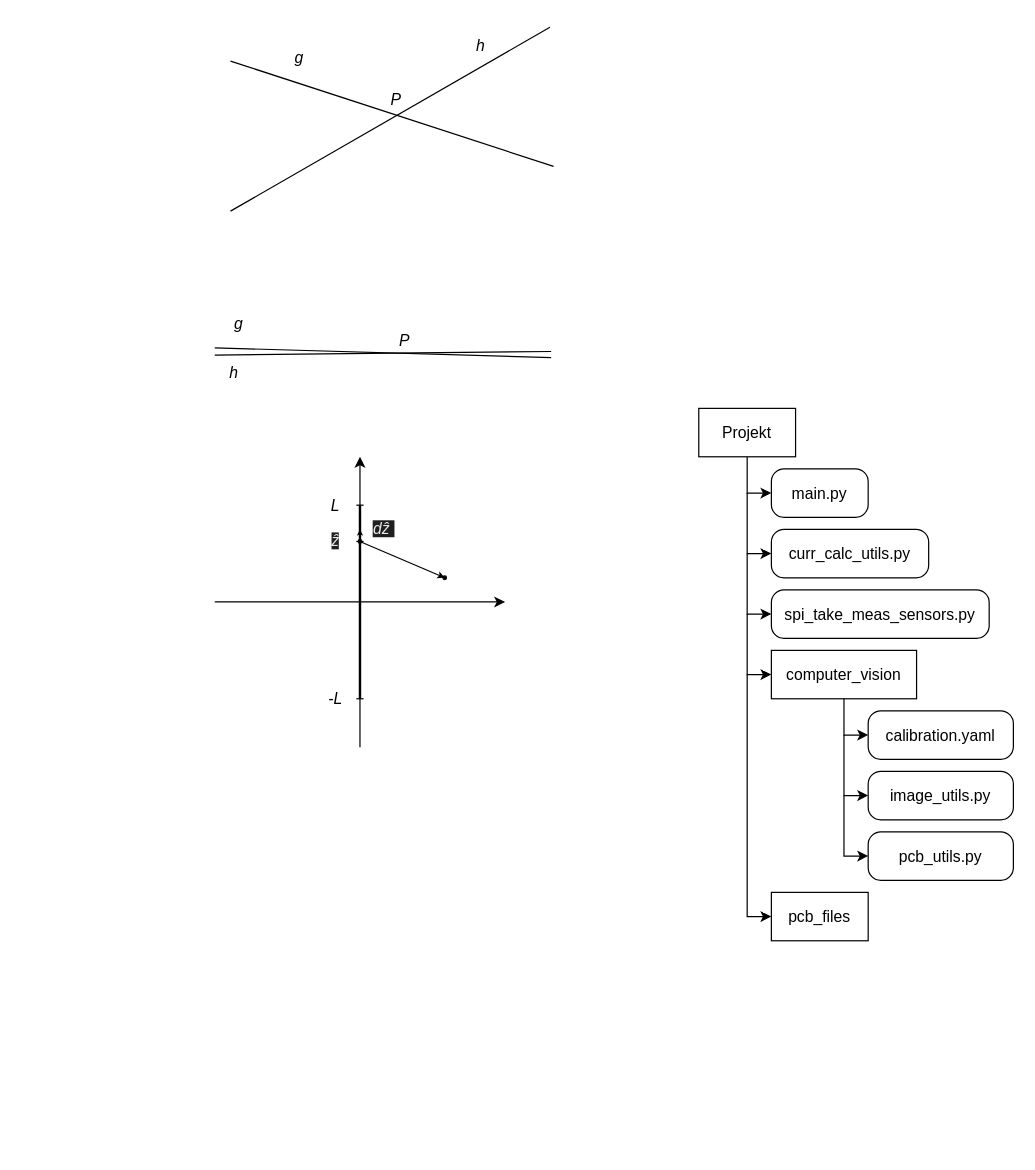
Earlier version of the draw.io diagram Masterarbeit.drawio (reinlten/TPA_Kolb). Source tidied: cells renumbered, new cells numbered last; positions are measured from the earlier drawing's top-left corner, leaving out a move shared by most shapes. Both pictures are drawn from the tidied source at 121%, with x=0, y=0 at pixel (185, 21).
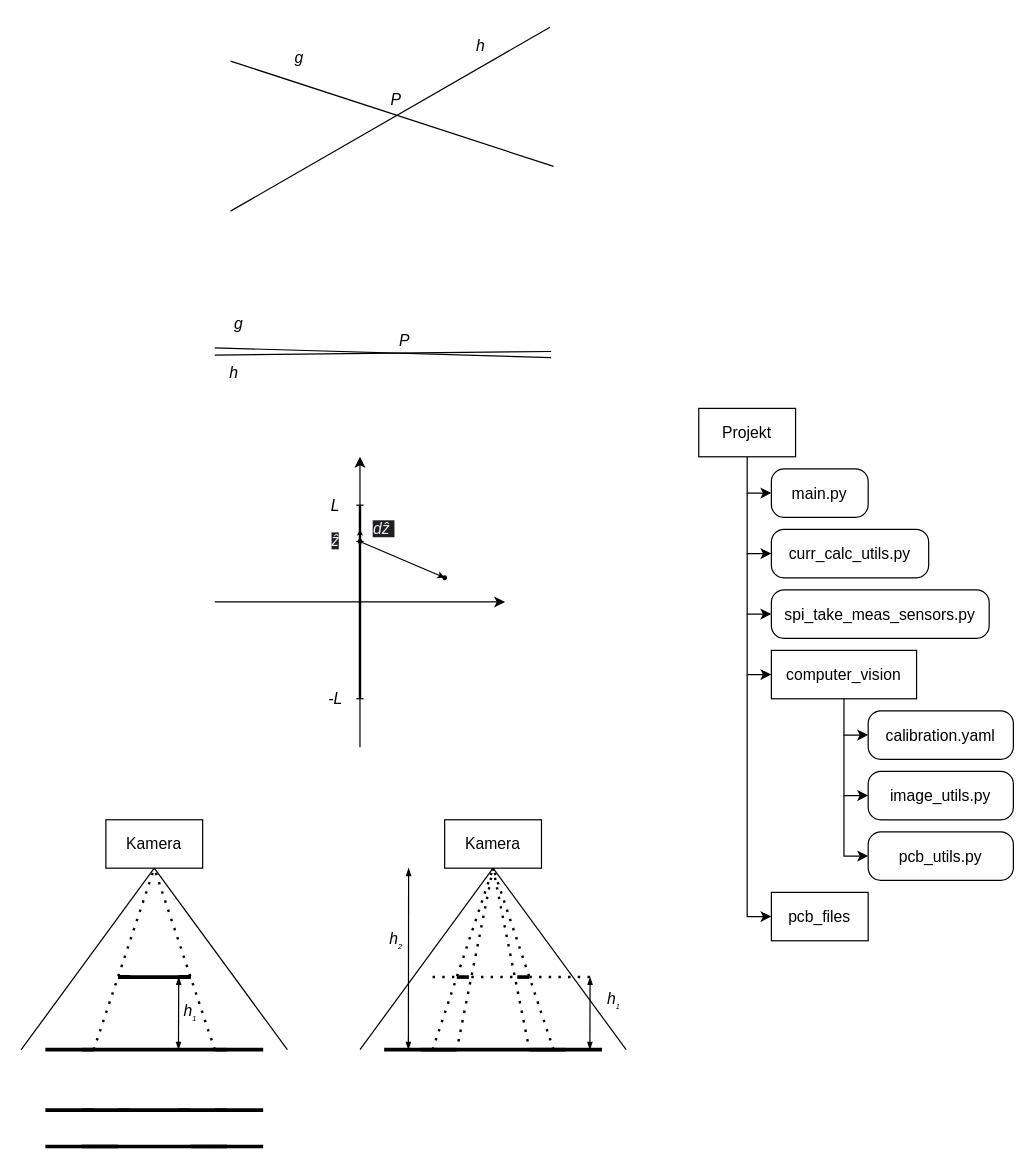
The same page after the edit.

Diff of the diagram source:
```diff
@@
+    <mxCell id="51" style="endArrow=none;html=1;rounded=0;strokeColor=light-dark(#000000,#000000);exitX=0.5;exitY=1;exitDx=0;exitDy=0;" parent="1" edge="1" source="53">
+      <mxGeometry relative="1" as="geometry">
+        <mxPoint x="-136" y="850" as="targetPoint" />
+      </mxGeometry>
+    </mxCell>
+    <mxCell id="52" style="rounded=0;whiteSpace=wrap;html=1;fillColor=light-dark(#FFFFFF,#FFFFFF);strokeColor=light-dark(#000000,#000000);" parent="1" vertex="1">
+      <mxGeometry x="-66" y="660" width="80" height="40" as="geometry" />
+    </mxCell>
+    <mxCell id="53" value="&lt;font face=&quot;Helvetica&quot; style=&quot;font-size: 13px;&quot;&gt;Kamera&lt;/font&gt;" style="text;html=1;align=center;verticalAlign=middle;whiteSpace=wrap;rounded=0;fontColor=light-dark(#000000,#000000);fontFamily=arial;" parent="1" vertex="1">
+      <mxGeometry x="-66" y="660" width="80" height="40" as="geometry" />
+    </mxCell>
+    <mxCell id="54" style="endArrow=none;html=1;rounded=0;entryX=0.5;entryY=1;entryDx=0;entryDy=0;strokeColor=light-dark(#000000,#000000);" parent="1" edge="1" target="53">
+      <mxGeometry relative="1" as="geometry">
+        <mxPoint x="84" y="850" as="sourcePoint" />
+      </mxGeometry>
+    </mxCell>
+    <mxCell id="55" style="endArrow=none;html=1;rounded=0;strokeColor=light-dark(#000000,#00CC00);strokeWidth=3;" parent="1" edge="1">
+      <mxGeometry relative="1" as="geometry">
+        <mxPoint x="-116" y="850" as="sourcePoint" />
+        <mxPoint x="64" y="850" as="targetPoint" />
+      </mxGeometry>
+    </mxCell>
+    <mxCell id="56" style="endArrow=none;html=1;rounded=0;strokeColor=light-dark(#000000,#00CC00);strokeWidth=3;" parent="1" edge="1">
+      <mxGeometry relative="1" as="geometry">
+        <mxPoint x="-56" y="790" as="sourcePoint" />
+        <mxPoint x="4" y="790" as="targetPoint" />
+      </mxGeometry>
+    </mxCell>
+    <mxCell id="57" style="endArrow=none;dashed=1;html=1;dashPattern=1 3;strokeWidth=2;rounded=0;strokeColor=light-dark(#000000,#000000);" parent="1" edge="1">
+      <mxGeometry relative="1" as="geometry">
+        <mxPoint x="-76" y="850" as="sourcePoint" />
+        <mxPoint x="-26" y="700" as="targetPoint" />
+      </mxGeometry>
+    </mxCell>
+    <mxCell id="58" style="endArrow=none;dashed=1;html=1;dashPattern=1 3;strokeWidth=2;rounded=0;strokeColor=light-dark(#000000,#000000);" parent="1" edge="1">
+      <mxGeometry relative="1" as="geometry">
+        <mxPoint x="24" y="850" as="sourcePoint" />
+        <mxPoint x="-26" y="700" as="targetPoint" />
+      </mxGeometry>
+    </mxCell>
+    <mxCell id="59" style="endArrow=none;html=1;rounded=0;strokeColor=light-dark(#000000,#FF0000);strokeWidth=3;" parent="1" edge="1">
+      <mxGeometry relative="1" as="geometry">
+        <mxPoint x="-56" y="790" as="sourcePoint" />
+        <mxPoint x="-46" y="790" as="targetPoint" />
+      </mxGeometry>
+    </mxCell>
+    <mxCell id="60" style="endArrow=none;html=1;rounded=0;strokeColor=light-dark(#000000,#FF0000);strokeWidth=3;" parent="1" edge="1">
+      <mxGeometry relative="1" as="geometry">
+        <mxPoint x="-6" y="790" as="sourcePoint" />
+        <mxPoint x="4" y="790" as="targetPoint" />
+      </mxGeometry>
+    </mxCell>
+    <mxCell id="61" style="endArrow=none;html=1;rounded=0;strokeColor=light-dark(#000000,#0000FF);strokeWidth=3;" parent="1" edge="1">
+      <mxGeometry relative="1" as="geometry">
+        <mxPoint x="-86" y="850" as="sourcePoint" />
+        <mxPoint x="-76" y="850" as="targetPoint" />
+      </mxGeometry>
+    </mxCell>
+    <mxCell id="62" style="endArrow=none;html=1;rounded=0;strokeColor=light-dark(#000000,#0000FF);strokeWidth=3;" parent="1" edge="1">
+      <mxGeometry relative="1" as="geometry">
+        <mxPoint x="24" y="850" as="sourcePoint" />
+        <mxPoint x="34" y="850" as="targetPoint" />
+        <Array as="points">
+          <mxPoint x="24" y="850" />
+        </Array>
+      </mxGeometry>
+    </mxCell>
+    <mxCell id="63" style="endArrow=none;html=1;rounded=0;strokeColor=light-dark(#000000,#00CC00);strokeWidth=3;" parent="1" edge="1">
+      <mxGeometry relative="1" as="geometry">
+        <mxPoint x="-116" y="930" as="sourcePoint" />
+        <mxPoint x="64" y="930" as="targetPoint" />
+      </mxGeometry>
+    </mxCell>
+    <mxCell id="64" style="endArrow=none;html=1;rounded=0;strokeColor=light-dark(#000000,#0000FF);strokeWidth=3;" parent="1" edge="1">
+      <mxGeometry relative="1" as="geometry">
+        <mxPoint x="-86" y="930" as="sourcePoint" />
+        <mxPoint x="-76" y="930" as="targetPoint" />
+      </mxGeometry>
+    </mxCell>
+    <mxCell id="65" style="endArrow=none;html=1;rounded=0;strokeColor=light-dark(#000000,#0000FF);strokeWidth=3;" parent="1" edge="1">
+      <mxGeometry relative="1" as="geometry">
+        <mxPoint x="24" y="930" as="sourcePoint" />
+        <mxPoint x="34" y="930" as="targetPoint" />
+      </mxGeometry>
+    </mxCell>
+    <mxCell id="66" style="endArrow=none;html=1;rounded=0;strokeColor=light-dark(#000000,#FF0000);strokeWidth=3;" parent="1" edge="1">
+      <mxGeometry relative="1" as="geometry">
+        <mxPoint x="-76" y="930" as="sourcePoint" />
+        <mxPoint x="-56" y="930" as="targetPoint" />
+      </mxGeometry>
+    </mxCell>
+    <mxCell id="67" style="endArrow=none;html=1;rounded=0;strokeColor=light-dark(#000000,#FF0000);strokeWidth=3;" parent="1" edge="1">
+      <mxGeometry relative="1" as="geometry">
+        <mxPoint x="-6" y="790" as="sourcePoint" />
+        <mxPoint x="4" y="790" as="targetPoint" />
+      </mxGeometry>
+    </mxCell>
+    <mxCell id="68" style="endArrow=none;html=1;rounded=0;strokeColor=light-dark(#000000,#FF0000);strokeWidth=3;" parent="1" edge="1">
+      <mxGeometry relative="1" as="geometry">
+        <mxPoint x="4" y="930" as="sourcePoint" />
+        <mxPoint x="24" y="930" as="targetPoint" />
+      </mxGeometry>
+    </mxCell>
+    <mxCell id="69" style="endArrow=none;html=1;rounded=0;strokeColor=light-dark(#000000,#00CC00);strokeWidth=3;" parent="1" edge="1">
+      <mxGeometry relative="1" as="geometry">
+        <mxPoint x="-116" y="900" as="sourcePoint" />
+        <mxPoint x="64" y="900" as="targetPoint" />
+      </mxGeometry>
+    </mxCell>
+    <mxCell id="70" style="endArrow=none;html=1;rounded=0;strokeColor=light-dark(#000000,#0000FF);strokeWidth=3;" parent="1" edge="1">
+      <mxGeometry relative="1" as="geometry">
+        <mxPoint x="-86" y="900" as="sourcePoint" />
+        <mxPoint x="-76" y="900" as="targetPoint" />
+      </mxGeometry>
+    </mxCell>
+    <mxCell id="71" style="endArrow=none;html=1;rounded=0;strokeColor=light-dark(#000000,#0000FF);strokeWidth=3;" parent="1" edge="1">
+      <mxGeometry relative="1" as="geometry">
+        <mxPoint x="24" y="900" as="sourcePoint" />
+        <mxPoint x="34" y="900" as="targetPoint" />
+        <Array as="points">
+          <mxPoint x="24" y="900" />
+        </Array>
+      </mxGeometry>
+    </mxCell>
+    <mxCell id="72" style="endArrow=none;html=1;rounded=0;strokeColor=light-dark(#000000,#FF0000);strokeWidth=3;" parent="1" edge="1">
+      <mxGeometry relative="1" as="geometry">
+        <mxPoint x="-56" y="790" as="sourcePoint" />
+        <mxPoint x="-46" y="790" as="targetPoint" />
+      </mxGeometry>
+    </mxCell>
+    <mxCell id="73" style="endArrow=none;html=1;rounded=0;strokeColor=light-dark(#000000,#FF0000);strokeWidth=3;" parent="1" edge="1">
+      <mxGeometry relative="1" as="geometry">
+        <mxPoint x="-56" y="790" as="sourcePoint" />
+        <mxPoint x="-46" y="790" as="targetPoint" />
+      </mxGeometry>
+    </mxCell>
+    <mxCell id="74" style="endArrow=none;html=1;rounded=0;strokeColor=light-dark(#000000,#FF0000);strokeWidth=3;" parent="1" edge="1">
+      <mxGeometry relative="1" as="geometry">
+        <mxPoint x="-56" y="900" as="sourcePoint" />
+        <mxPoint x="-46" y="900" as="targetPoint" />
+      </mxGeometry>
+    </mxCell>
+    <mxCell id="75" style="endArrow=none;html=1;rounded=0;strokeColor=light-dark(#000000,#FF0000);strokeWidth=3;" parent="1" edge="1">
+      <mxGeometry relative="1" as="geometry">
+        <mxPoint x="-6" y="900" as="sourcePoint" />
+        <mxPoint x="4" y="900" as="targetPoint" />
+      </mxGeometry>
+    </mxCell>
+    <mxCell id="76" style="endArrow=none;html=1;rounded=0;strokeColor=light-dark(#000000,#000000);exitX=0.5;exitY=1;exitDx=0;exitDy=0;" parent="1" edge="1" source="78">
+      <mxGeometry relative="1" as="geometry">
+        <mxPoint x="144" y="850" as="targetPoint" />
+      </mxGeometry>
+    </mxCell>
+    <mxCell id="77" style="rounded=0;whiteSpace=wrap;html=1;fillColor=light-dark(#FFFFFF,#FFFFFF);strokeColor=light-dark(#000000,#000000);" parent="1" vertex="1">
+      <mxGeometry x="214" y="660" width="80" height="40" as="geometry" />
+    </mxCell>
+    <mxCell id="78" value="&lt;font face=&quot;Helvetica&quot; style=&quot;font-size: 13px;&quot;&gt;Kamera&lt;/font&gt;" style="text;html=1;align=center;verticalAlign=middle;whiteSpace=wrap;rounded=0;fontColor=light-dark(#000000,#000000);fontFamily=arial;" parent="1" vertex="1">
+      <mxGeometry x="214" y="660" width="80" height="40" as="geometry" />
+    </mxCell>
+    <mxCell id="79" style="endArrow=none;html=1;rounded=0;entryX=0.5;entryY=1;entryDx=0;entryDy=0;strokeColor=light-dark(#000000,#000000);" parent="1" edge="1" target="78">
+      <mxGeometry relative="1" as="geometry">
+        <mxPoint x="364" y="850" as="sourcePoint" />
+      </mxGeometry>
+    </mxCell>
+    <mxCell id="80" style="endArrow=none;html=1;rounded=0;strokeColor=light-dark(#000000,#00CC00);strokeWidth=3;" parent="1" edge="1">
+      <mxGeometry relative="1" as="geometry">
+        <mxPoint x="164" y="850" as="sourcePoint" />
+        <mxPoint x="344" y="850" as="targetPoint" />
+      </mxGeometry>
+    </mxCell>
+    <mxCell id="81" style="endArrow=none;html=1;rounded=0;strokeColor=light-dark(#000000,#0000FF);strokeWidth=3;" parent="1" edge="1">
+      <mxGeometry relative="1" as="geometry">
+        <mxPoint x="194" y="850" as="sourcePoint" />
+        <mxPoint x="204" y="850" as="targetPoint" />
+      </mxGeometry>
+    </mxCell>
+    <mxCell id="82" style="endArrow=none;html=1;rounded=0;strokeColor=light-dark(#000000,#0000FF);strokeWidth=3;" parent="1" edge="1">
+      <mxGeometry relative="1" as="geometry">
+        <mxPoint x="304" y="850" as="sourcePoint" />
+        <mxPoint x="314" y="850" as="targetPoint" />
+      </mxGeometry>
+    </mxCell>
+    <mxCell id="83" style="endArrow=none;html=1;rounded=0;strokeColor=light-dark(#000000,#FF0000);strokeWidth=3;" parent="1" edge="1">
+      <mxGeometry relative="1" as="geometry">
+        <mxPoint x="204" y="850" as="sourcePoint" />
+        <mxPoint x="224" y="850" as="targetPoint" />
+      </mxGeometry>
+    </mxCell>
+    <mxCell id="84" style="endArrow=none;html=1;rounded=0;strokeColor=light-dark(#000000,#FF0000);strokeWidth=3;" parent="1" edge="1">
+      <mxGeometry relative="1" as="geometry">
+        <mxPoint x="284" y="850" as="sourcePoint" />
+        <mxPoint x="304" y="850" as="targetPoint" />
+      </mxGeometry>
+    </mxCell>
+    <mxCell id="85" style="endArrow=blockThin;startArrow=blockThin;html=1;rounded=0;strokeColor=light-dark(#000000,#000000);startFill=1;endFill=1;startSize=4;endSize=4;" parent="1" edge="1">
+      <mxGeometry relative="1" as="geometry">
+        <mxPoint x="-6" y="850" as="sourcePoint" />
+        <mxPoint x="-5.8" y="790" as="targetPoint" />
+      </mxGeometry>
+    </mxCell>
+    <mxCell id="86" value="&lt;i&gt;&lt;font face=&quot;Helvetica&quot; style=&quot;&quot;&gt;&lt;span style=&quot;font-size: 13px;&quot;&gt;h&lt;/span&gt;&lt;sub style=&quot;&quot;&gt;&lt;font style=&quot;font-size: 6px;&quot;&gt;1&lt;/font&gt;&lt;/sub&gt;&lt;/font&gt;&lt;/i&gt;" style="text;html=1;align=center;verticalAlign=middle;whiteSpace=wrap;rounded=0;fontColor=light-dark(#000000,#000000);fontFamily=arial;" parent="1" vertex="1">
+      <mxGeometry x="-36" y="800" width="80" height="40" as="geometry" />
+    </mxCell>
+    <mxCell id="87" style="endArrow=blockThin;startArrow=blockThin;html=1;rounded=0;strokeColor=light-dark(#000000,#000000);startFill=1;endFill=1;startSize=4;endSize=4;" parent="1" edge="1">
+      <mxGeometry relative="1" as="geometry">
+        <mxPoint x="334" y="850" as="sourcePoint" />
+        <mxPoint x="334.2" y="790" as="targetPoint" />
+      </mxGeometry>
+    </mxCell>
+    <mxCell id="88" style="endArrow=blockThin;startArrow=blockThin;html=1;rounded=0;strokeColor=light-dark(#000000,#000000);startFill=1;endFill=1;startSize=4;endSize=4;" parent="1" edge="1">
+      <mxGeometry relative="1" as="geometry">
+        <mxPoint x="184" y="850" as="sourcePoint" />
+        <mxPoint x="184.2" y="700" as="targetPoint" />
+      </mxGeometry>
+    </mxCell>
+    <mxCell id="89" value="&lt;i&gt;&lt;font face=&quot;Helvetica&quot; style=&quot;&quot;&gt;&lt;span style=&quot;font-size: 13px;&quot;&gt;h&lt;/span&gt;&lt;sub style=&quot;&quot;&gt;&lt;font style=&quot;font-size: 6px;&quot;&gt;2&lt;/font&gt;&lt;/sub&gt;&lt;/font&gt;&lt;/i&gt;" style="text;html=1;align=center;verticalAlign=middle;whiteSpace=wrap;rounded=0;fontColor=light-dark(#000000,#000000);fontFamily=arial;" parent="1" vertex="1">
+      <mxGeometry x="134" y="740" width="80" height="40" as="geometry" />
+    </mxCell>
+    <mxCell id="90" style="endArrow=none;dashed=1;html=1;dashPattern=1 3;strokeWidth=2;rounded=0;strokeColor=light-dark(#000000,#000000);" parent="1" edge="1">
+      <mxGeometry relative="1" as="geometry">
+        <mxPoint x="334" y="790" as="sourcePoint" />
+        <mxPoint x="204" y="790" as="targetPoint" />
+      </mxGeometry>
+    </mxCell>
+    <mxCell id="91" style="endArrow=none;dashed=1;html=1;dashPattern=1 3;strokeWidth=2;rounded=0;strokeColor=light-dark(#000000,#000000);" parent="1" edge="1">
+      <mxGeometry relative="1" as="geometry">
+        <mxPoint x="304" y="850" as="sourcePoint" />
+        <mxPoint x="254" y="700" as="targetPoint" />
+      </mxGeometry>
+    </mxCell>
+    <mxCell id="92" style="endArrow=none;dashed=1;html=1;dashPattern=1 3;strokeWidth=2;rounded=0;strokeColor=light-dark(#000000,#000000);" parent="1" edge="1">
+      <mxGeometry relative="1" as="geometry">
+        <mxPoint x="204" y="850" as="sourcePoint" />
+        <mxPoint x="254" y="700" as="targetPoint" />
+      </mxGeometry>
+    </mxCell>
+    <mxCell id="93" style="endArrow=none;html=1;rounded=0;strokeColor=light-dark(#000000,#FF0000);strokeWidth=3;" parent="1" edge="1">
+      <mxGeometry relative="1" as="geometry">
+        <mxPoint x="224" y="790" as="sourcePoint" />
+        <mxPoint x="234" y="790" as="targetPoint" />
+      </mxGeometry>
+    </mxCell>
+    <mxCell id="94" style="endArrow=none;html=1;rounded=0;strokeColor=light-dark(#000000,#FF0000);strokeWidth=3;" parent="1" edge="1">
+      <mxGeometry relative="1" as="geometry">
+        <mxPoint x="274" y="790" as="sourcePoint" />
+        <mxPoint x="284" y="790" as="targetPoint" />
+        <Array as="points">
+          <mxPoint x="284" y="790" />
+        </Array>
+      </mxGeometry>
+    </mxCell>
+    <mxCell id="95" style="endArrow=none;dashed=1;html=1;dashPattern=1 3;strokeWidth=2;rounded=0;strokeColor=light-dark(#000000,#000000);" parent="1" edge="1">
+      <mxGeometry relative="1" as="geometry">
+        <mxPoint x="254" y="700" as="sourcePoint" />
+        <mxPoint x="284" y="850" as="targetPoint" />
+      </mxGeometry>
+    </mxCell>
+    <mxCell id="96" value="&lt;i&gt;&lt;font face=&quot;Helvetica&quot; style=&quot;&quot;&gt;&lt;span style=&quot;font-size: 13px;&quot;&gt;h&lt;/span&gt;&lt;sub style=&quot;&quot;&gt;&lt;font style=&quot;font-size: 6px;&quot;&gt;1&lt;/font&gt;&lt;/sub&gt;&lt;/font&gt;&lt;/i&gt;" style="text;html=1;align=center;verticalAlign=middle;whiteSpace=wrap;rounded=0;fontColor=light-dark(#000000,#000000);fontFamily=arial;" parent="1" vertex="1">
+      <mxGeometry x="314" y="790" width="80" height="40" as="geometry" />
+    </mxCell>
+    <mxCell id="97" style="endArrow=none;dashed=1;html=1;dashPattern=1 3;strokeWidth=2;rounded=0;strokeColor=light-dark(#000000,#000000);" parent="1" edge="1">
+      <mxGeometry relative="1" as="geometry">
+        <mxPoint x="254" y="700" as="sourcePoint" />
+        <mxPoint x="224" y="850" as="targetPoint" />
+      </mxGeometry>
+    </mxCell>
```
